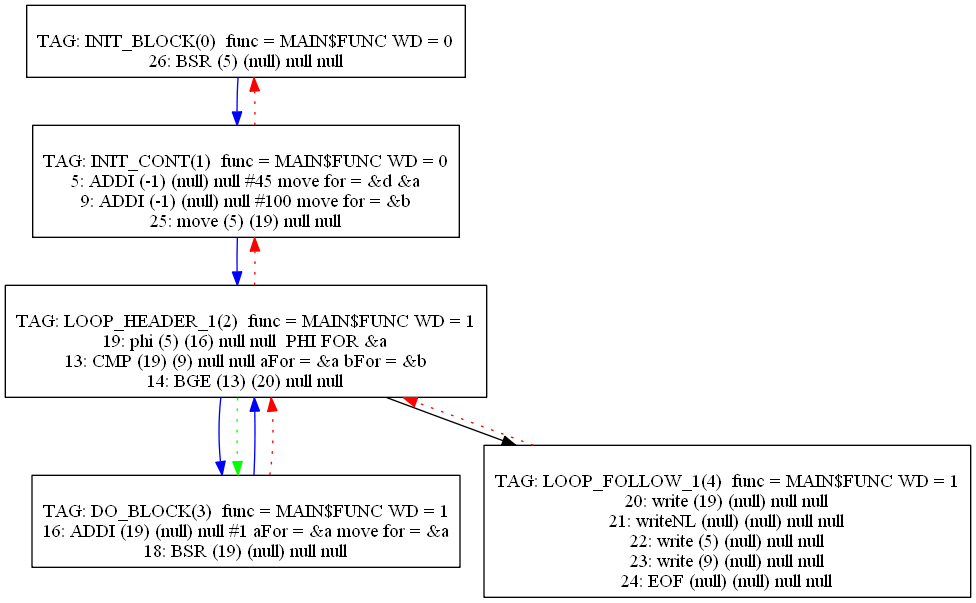
mbajaj92/Project-Astoria keeps this Graphviz diagram as Compiler/0graph.png. Above is the earlier version. Its source is kept beside it as Compiler/0graph.dot.
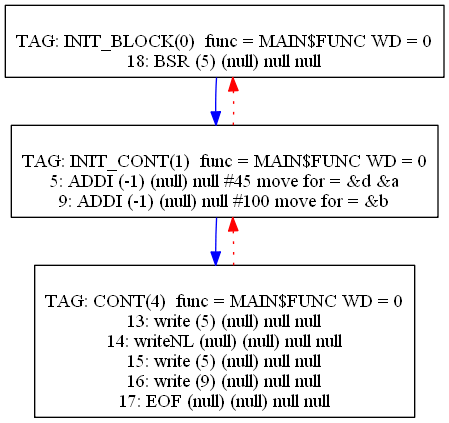
Above is the later version.

Diff of the diagram source:
```diff
@@ -1,7 +1,7 @@
 digraph {
 0[label="
 TAG: INIT_BLOCK(0)  func = MAIN$FUNC WD = 0
-26: BSR (5) (null) null null
+18: BSR (5) (null) null null
 "];
 0[shape=box];
 0 -> 1[color=blue]
@@ -9,38 +9,18 @@
 TAG: INIT_CONT(1)  func = MAIN$FUNC WD = 0
 5: ADDI (-1) (null) null #45 move for = &d &a
 9: ADDI (-1) (null) null #100 move for = &b
-25: move (5) (19) null null
 "];
 1[shape=box];
-1 -> 2[color=blue]
+1 -> 4[color=blue]
 1 -> 0[color=red][style=dotted]
-2[label="
-TAG: LOOP_HEADER_1(2)  func = MAIN$FUNC WD = 1
-19: phi (5) (16) null null  PHI FOR &a
-13: CMP (19) (9) null null aFor = &a bFor = &b
-14: BGE (13) (20) null null
-"];
-2[shape=box];
-2 -> 3[color=blue]
-2 -> 4[color=black]
-2 -> 1[color=red][style=dotted]
-2 -> 3[color=green][style=dotted]
-3[label="
-TAG: DO_BLOCK(3)  func = MAIN$FUNC WD = 1
-16: ADDI (19) (null) null #1 aFor = &a move for = &a
-18: BSR (19) (null) null null
-"];
-3[shape=box];
-3 -> 2[color=blue]
-3 -> 2[color=red][style=dotted]
 4[label="
-TAG: LOOP_FOLLOW_1(4)  func = MAIN$FUNC WD = 1
-20: write (19) (null) null null
-21: writeNL (null) (null) null null
-22: write (5) (null) null null
-23: write (9) (null) null null
-24: EOF (null) (null) null null
+TAG: CONT(4)  func = MAIN$FUNC WD = 0
+13: write (5) (null) null null
+14: writeNL (null) (null) null null
+15: write (5) (null) null null
+16: write (9) (null) null null
+17: EOF (null) (null) null null
 "];
 4[shape=box];
-4 -> 2[color=red][style=dotted]
+4 -> 1[color=red][style=dotted]
 }
```
